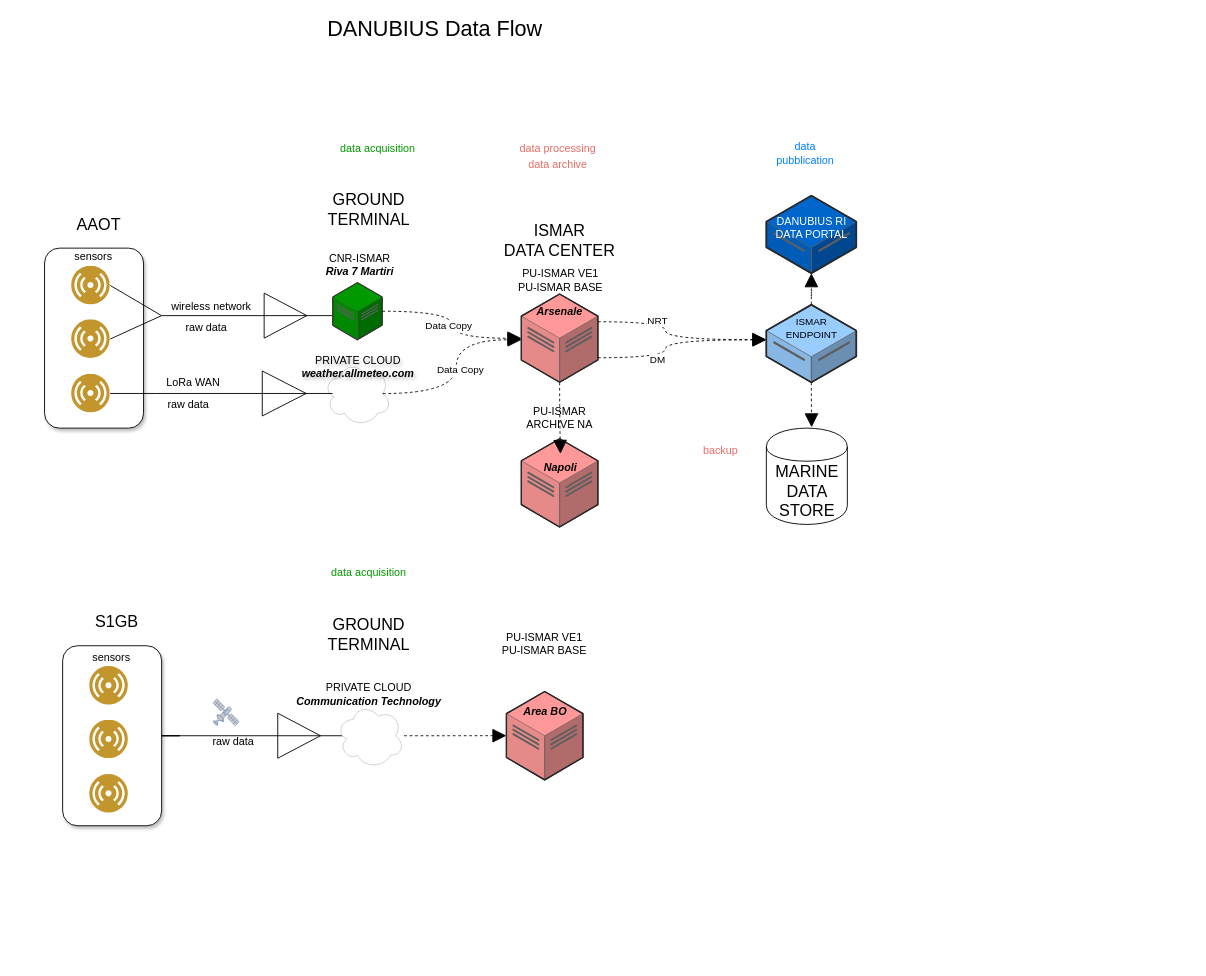
Before: page "Page-1" (1 of 2) of DANUBIUS_2_data_flow chart.drawio in amefad/diagramsnet, a draw.io diagram. Source tidied: cells renumbered, new cells numbered last; positions are measured from the earlier drawing's top-left corner, leaving out a move shared by most shapes. Both pictures are drawn from the tidied source at 90%, with x=0, y=0 at pixel (44, 15). Pictures stored in the file or linked from it are replaced by grey dashed boxes.
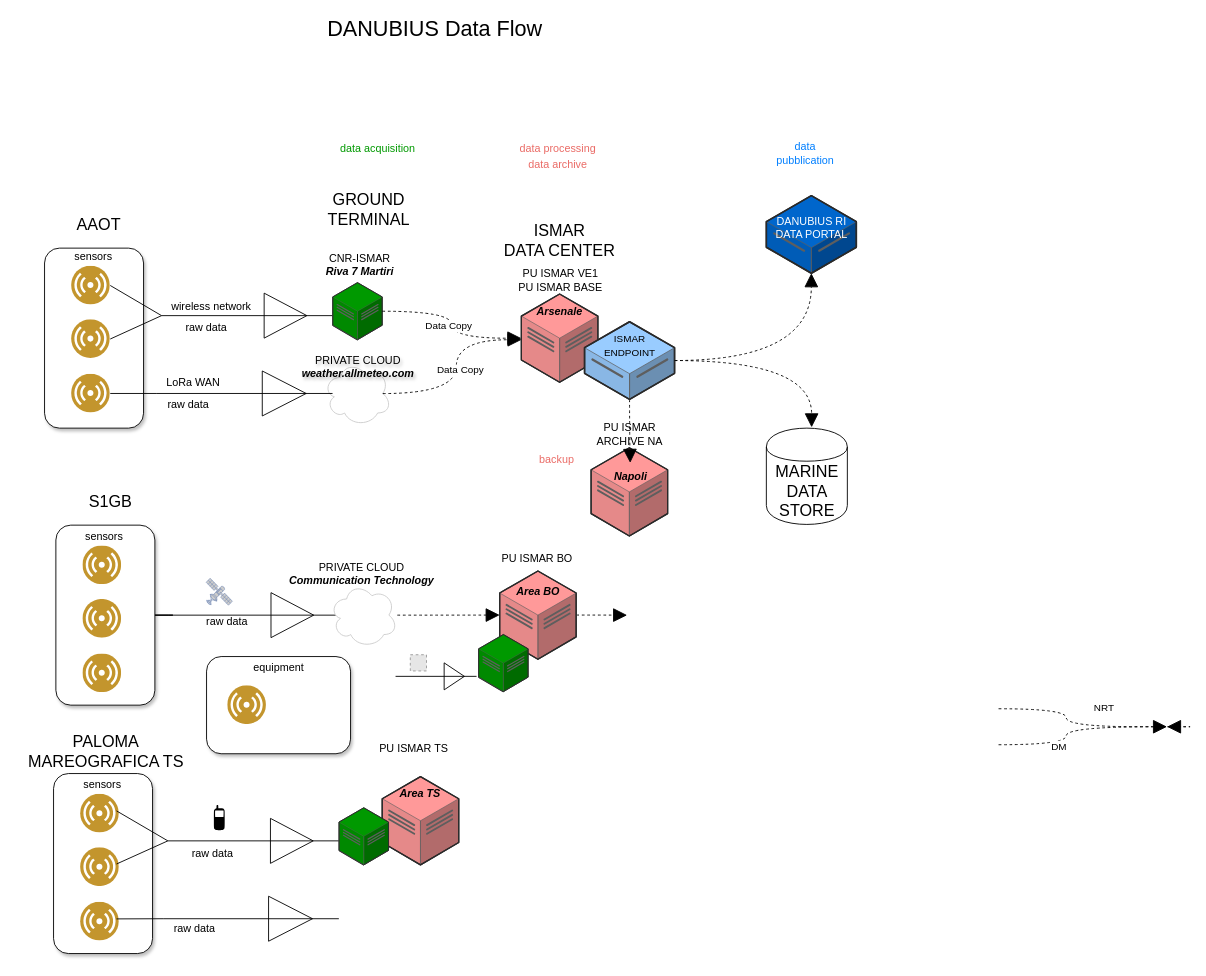
Above is the later version.

The change refers to these unchanged cells:
```xml
<mxCell id="20" style="verticalLabelPosition=bottom;html=1;verticalAlign=top;strokeWidth=1;align=center;outlineConnect=0;dashed=0;outlineConnect=0;shape=mxgraph.aws3d.dataCenter;strokeColor=#5E5E5E;fillColor=#FF9999;" parent="1" vertex="1">
  <mxGeometry x="529.8" y="309.2" width="85" height="98.1" as="geometry" />
</mxCell>
<mxCell id="49" style="group;" parent="1" vertex="1">
  <mxGeometry x="802" y="434.2" width="100" height="135.1" as="geometry" />
</mxCell>
<mxCell id="53" style="shape=cylinder;whiteSpace=wrap;html=1;boundedLbl=1;backgroundOutline=1;" parent="52" vertex="1">
  <mxGeometry width="90" height="107" as="geometry" />
</mxCell>
```

The edit, as a diff of the source:
```diff
@@
+    <mxCell id="73" style="verticalLabelPosition=bottom;html=1;verticalAlign=top;strokeWidth=1;align=center;dashed=0;shape=mxgraph.aws3d.dataCenter;strokeColor=#5E5E5E;fillColor=#FF9999;" parent="1" vertex="1">
+      <mxGeometry x="375.2" y="845.4" width="85" height="98.1" as="geometry" />
+    </mxCell>
+    <mxCell id="74" style="verticalLabelPosition=bottom;shadow=0;dashed=0;align=center;html=1;verticalAlign=top;shape=mxgraph.electrical.miscellaneous.cable_termination;" parent="1" vertex="1">
+      <mxGeometry x="137" y="891.8" width="190" height="50" as="geometry" />
+    </mxCell>
+    <mxCell id="75" style="verticalLabelPosition=bottom;shadow=0;dashed=0;align=center;html=1;verticalAlign=top;shape=mxgraph.electrical.miscellaneous.cable_termination;" parent="1" vertex="1">
+      <mxGeometry x="131.8" y="978.3" width="195.2" height="50" as="geometry" />
+    </mxCell>
     <mxCell id="2" style="verticalLabelPosition=bottom;html=1;verticalAlign=top;strokeWidth=1;align=center;dashed=0;shape=mxgraph.aws3d.dataCenter;strokeColor=#5E5E5E;fillColor=#FF9999;" parent="1" vertex="1">
-      <mxGeometry x="529.8" y="470" width="85" height="98.1" as="geometry" />
+      <mxGeometry x="607.3" y="480" width="85" height="98.1" as="geometry" />
     </mxCell>
@@
-    <mxCell id="19" style="edgeStyle=orthogonalEdgeStyle;rounded=0;jettySize=auto;html=1;dashed=1;strokeColor=default;align=center;verticalAlign=middle;fontFamily=Helvetica;fontSize=11;fontColor=default;labelBackgroundColor=default;endArrow=block;endFill=1;endSize=13;curved=1;" parent="1" edge="1" source="20" target="71">
+    <mxCell id="19" style="edgeStyle=orthogonalEdgeStyle;rounded=0;jettySize=auto;html=1;dashed=1;strokeColor=default;align=center;verticalAlign=middle;fontFamily=Helvetica;fontSize=11;fontColor=default;labelBackgroundColor=default;endArrow=block;endFill=1;endSize=13;curved=1;" parent="1" edge="1" source="50" target="71">
       <mxGeometry relative="1" as="geometry" />
     </mxCell>
@@
-    <mxCell id="22" value="PU-ISMAR VE1&lt;br&gt;PU-ISMAR BASE" style="text;html=1;align=center;verticalAlign=middle;strokeColor=none;fillColor=none;" parent="1" vertex="1">
+    <mxCell id="22" value="PU ISMAR VE1&lt;br&gt;PU ISMAR BASE" style="text;html=1;align=center;verticalAlign=middle;strokeColor=none;fillColor=none;" parent="1" vertex="1">
       <mxGeometry x="513.2" y="274" width="120" height="40" as="geometry" />
     </mxCell>
@@
-    <mxCell id="30" style="rounded=1;whiteSpace=wrap;html=1;fillColor=default;shadow=1;" parent="1" vertex="1">
-      <mxGeometry x="20.1" y="700" width="110" height="200" as="geometry" />
-    </mxCell>
-    <mxCell id="31" style="image;perimeter=ellipsePerimeter;html=1;align=center;shadow=0;dashed=0;fontColor=#4277BB;labelBackgroundColor=default;fontSize=12;spacingTop=3;image=img/lib/ibm/users/sensor.svg;fillColor=#426EFF;strokeColor=#3333FF;" parent="1" vertex="1">
-      <mxGeometry x="50.1" y="723" width="43" height="43" as="geometry" />
-    </mxCell>
-    <mxCell id="32" value="sensors" style="text;html=1;align=center;verticalAlign=middle;strokeColor=none;fillColor=none;" parent="1" vertex="1">
-      <mxGeometry x="38.6" y="698" width="70" height="30" as="geometry" />
-    </mxCell>
-    <mxCell id="33" style="image;perimeter=ellipsePerimeter;html=1;align=center;shadow=0;dashed=0;fontColor=#4277BB;labelBackgroundColor=default;fontSize=12;spacingTop=3;image=img/lib/ibm/users/sensor.svg;fillColor=#A680B8;" parent="1" vertex="1">
-      <mxGeometry x="50.1" y="782.5" width="43" height="43" as="geometry" />
-    </mxCell>
-    <mxCell id="34" style="image;perimeter=ellipsePerimeter;html=1;align=center;shadow=0;dashed=0;fontColor=#4277BB;labelBackgroundColor=default;fontSize=12;spacingTop=3;image=img/lib/ibm/users/sensor.svg;fillColor=#A680B8;" parent="1" vertex="1">
-      <mxGeometry x="50.1" y="843" width="43" height="43" as="geometry" />
-    </mxCell>
     <mxCell id="35" value="&lt;font style=&quot;font-size: 18px;&quot;&gt;&lt;span style=&quot;font-size: 18px;&quot;&gt;S1GB&lt;/span&gt;&lt;/font&gt;" style="text;html=1;align=center;verticalAlign=middle;strokeColor=none;fillColor=none;fontFamily=Helvetica;fontSize=18;fontColor=default;fontStyle=0;" parent="1" vertex="1">
-      <mxGeometry x="45.1" y="654" width="70" height="40" as="geometry" />
+      <mxGeometry x="37.6" y="520" width="70" height="40" as="geometry" />
     </mxCell>
     <mxCell id="36" style="verticalLabelPosition=bottom;shadow=0;dashed=0;align=center;html=1;verticalAlign=top;shape=mxgraph.electrical.miscellaneous.cable_termination;" parent="1" vertex="1">
-      <mxGeometry x="145.1" y="775" width="190" height="50" as="geometry" />
+      <mxGeometry x="137.6" y="641" width="190" height="50" as="geometry" />
     </mxCell>
     <mxCell id="37" value="raw data" style="text;html=1;align=center;verticalAlign=middle;whiteSpace=wrap;rounded=0;" parent="1" vertex="1">
-      <mxGeometry x="180" y="791.5" width="60" height="30" as="geometry" />
+      <mxGeometry x="172.5" y="657.5" width="60" height="30" as="geometry" />
     </mxCell>
     <mxCell id="38" style="fontColor=#0066CC;verticalAlign=top;verticalLabelPosition=bottom;labelPosition=center;align=center;html=1;fillColor=#CCCCCC;strokeColor=#6881B3;gradientColor=none;gradientDirection=north;strokeWidth=2;shape=mxgraph.networks.satellite;" parent="1" vertex="1">
-      <mxGeometry x="187.1" y="759" width="29.1" height="30" as="geometry" />
+      <mxGeometry x="179.6" y="625" width="29.1" height="30" as="geometry" />
     </mxCell>
-    <mxCell id="39" value="&lt;font style=&quot;font-size: 18px;&quot;&gt;&lt;font style=&quot;&quot;&gt;GROUND&lt;/font&gt;&lt;/font&gt;&lt;div&gt;&lt;font style=&quot;font-size: 18px;&quot;&gt;&lt;span style=&quot;background-color: initial;&quot;&gt;TERMINAL&lt;/span&gt;&lt;/font&gt;&lt;/div&gt;" style="text;html=1;align=center;verticalAlign=middle;strokeColor=none;fillColor=none;" parent="1" vertex="1">
-      <mxGeometry x="304.8" y="658" width="110" height="60" as="geometry" />
-    </mxCell>
     <mxCell id="40" value="&lt;div&gt;PRIVATE CLOUD&lt;/div&gt;&lt;div&gt;&lt;b&gt;&lt;i&gt;Communication Technology&lt;/i&gt;&lt;/b&gt;&lt;br&gt;&lt;/div&gt;" style="text;html=1;align=center;verticalAlign=middle;strokeColor=none;fillColor=none;" parent="1" vertex="1">
-      <mxGeometry x="269.8" y="734" width="180" height="40" as="geometry" />
+      <mxGeometry x="262.3" y="600" width="180" height="40" as="geometry" />
     </mxCell>
-    <mxCell id="41" value="&lt;font color=&quot;#009900&quot;&gt;data acquisition&lt;/font&gt;" style="text;html=1;align=center;verticalAlign=middle;strokeColor=none;fillColor=none;" parent="1" vertex="1">
-      <mxGeometry x="305" y="604" width="110" height="30" as="geometry" />
-    </mxCell>
-    <mxCell id="42" style="endArrow=block;dashed=1;html=1;rounded=0;endFill=1;endSize=13;edgeStyle=orthogonalEdgeStyle;curved=1;" parent="1" edge="1" source="20" target="50">
+    <mxCell id="42" style="endArrow=block;dashed=1;html=1;rounded=0;endFill=1;endSize=13;edgeStyle=orthogonalEdgeStyle;curved=1;" parent="1" edge="1">
       <mxGeometry relative="1" as="geometry">
+        <mxPoint x="1060" y="810" as="sourcePoint" />
+        <mxPoint x="1247.2" y="790" as="targetPoint" />
         <Array as="points">
-          <mxPoint x="690" y="380" />
-          <mxPoint x="690" y="360" />
+          <mxPoint x="1135.2" y="810" />
+          <mxPoint x="1135.2" y="790" />
         </Array>
       </mxGeometry>
     </mxCell>
@@
-    <mxCell id="47" style="endArrow=block;dashed=1;html=1;rounded=0;endFill=1;endSize=13;edgeStyle=orthogonalEdgeStyle;curved=1;" parent="1" edge="1" source="20" target="50">
+    <mxCell id="47" style="endArrow=block;dashed=1;html=1;rounded=0;endFill=1;endSize=13;edgeStyle=orthogonalEdgeStyle;curved=1;" parent="1" edge="1">
       <mxGeometry relative="1" as="geometry">
+        <mxPoint x="1060" y="770" as="sourcePoint" />
+        <mxPoint x="1247.2" y="790" as="targetPoint" />
         <Array as="points">
-          <mxPoint x="690" y="340" />
-          <mxPoint x="690" y="360" />
-          <mxPoint x="852" y="360" />
+          <mxPoint x="1135.2" y="770" />
+          <mxPoint x="1135.2" y="790" />
+          <mxPoint x="1297.2" y="790" />
         </Array>
       </mxGeometry>
     </mxCell>
@@
-    <mxCell id="50" style="verticalLabelPosition=bottom;html=1;verticalAlign=top;strokeWidth=1;align=center;outlineConnect=0;dashed=0;outlineConnect=0;shape=mxgraph.aws3d.dataServer;strokeColor=#5E5E5E;fillColor=#99CCFF;noLabel=0;" parent="49" vertex="1">
-      <mxGeometry y="-113.1" width="100" height="86.2" as="geometry" />
-    </mxCell>
-    <mxCell id="51" value="&lt;font style=&quot;font-size: 11px;&quot;&gt;ISMAR &lt;br&gt;ENDPOINT&lt;br&gt;&lt;/font&gt;" style="text;html=1;align=center;verticalAlign=middle;strokeColor=none;fillColor=none;" parent="49" vertex="1">
-      <mxGeometry x="10" y="-107.1" width="80" height="40" as="geometry" />
-    </mxCell>
@@
-    <mxCell id="55" style="edgeStyle=orthogonalEdgeStyle;rounded=0;jettySize=auto;html=1;dashed=1;strokeColor=default;align=center;verticalAlign=middle;fontFamily=Helvetica;fontSize=11;fontColor=default;labelBackgroundColor=default;endArrow=block;endFill=1;endSize=13;curved=1;entryX=0.559;entryY=-0.008;entryDx=0;entryDy=0;entryPerimeter=0;" parent="49" edge="1" source="50" target="53">
-      <mxGeometry relative="1" as="geometry" />
-    </mxCell>
@@
     <mxCell id="61" value="&lt;span style=&quot;background-color: initial;&quot;&gt;&lt;font color=&quot;#ea6b66&quot;&gt;backup&lt;/font&gt;&lt;/span&gt;" style="text;whiteSpace=wrap;html=1;" parent="1" vertex="1">
-      <mxGeometry x="730" y="470" width="50" height="40" as="geometry" />
+      <mxGeometry x="548.2" y="480" width="50" height="40" as="geometry" />
     </mxCell>
@@
     <mxCell id="64" style="ellipse;shape=cloud;whiteSpace=wrap;html=1;fontColor=#999999;labelBorderColor=#999999;strokeColor=#CCCCCC;strokeWidth=1;shadow=0;" parent="1" vertex="1">
-      <mxGeometry x="324.3" y="764.1" width="75.2" height="71.8" as="geometry" />
+      <mxGeometry x="316.8" y="630.1" width="75.2" height="71.8" as="geometry" />
     </mxCell>
@@
+    <mxCell id="76" style="edgeStyle=orthogonalEdgeStyle;rounded=0;jettySize=auto;html=1;dashed=1;strokeColor=default;align=center;verticalAlign=middle;fontFamily=Helvetica;fontSize=11;fontColor=default;labelBackgroundColor=default;endArrow=block;endFill=1;endSize=13;curved=1;" parent="1" edge="1" source="68">
+      <mxGeometry relative="1" as="geometry">
+        <mxPoint x="647.3" y="666" as="targetPoint" />
+      </mxGeometry>
+    </mxCell>
     <mxCell id="68" style="verticalLabelPosition=bottom;html=1;verticalAlign=top;strokeWidth=1;align=center;outlineConnect=0;dashed=0;outlineConnect=0;shape=mxgraph.aws3d.dataCenter;strokeColor=#5E5E5E;fillColor=#FF9999;" parent="1" vertex="1">
-      <mxGeometry x="513.2" y="750.9" width="85" height="98.1" as="geometry" />
+      <mxGeometry x="505.7" y="616.9" width="85" height="98.1" as="geometry" />
     </mxCell>
     <mxCell id="69" value="&lt;i&gt;&lt;b&gt;Area BO&lt;br&gt;&lt;/b&gt;&lt;/i&gt;" style="text;html=1;align=center;verticalAlign=middle;strokeColor=none;fillColor=none;" parent="1" vertex="1">
-      <mxGeometry x="520.7" y="759" width="70" height="30" as="geometry" />
+      <mxGeometry x="513.2" y="625" width="70" height="30" as="geometry" />
     </mxCell>
-    <mxCell id="70" value="PU-ISMAR VE1&lt;br&gt;PU-ISMAR BASE" style="text;html=1;align=center;verticalAlign=middle;strokeColor=none;fillColor=none;" parent="1" vertex="1">
-      <mxGeometry x="494.8" y="678" width="120" height="40" as="geometry" />
-    </mxCell>
     <mxCell id="71" value="&lt;i&gt;&lt;b&gt;Napoli&lt;/b&gt;&lt;/i&gt;" style="text;html=1;align=center;verticalAlign=middle;points=[];strokeColor=none;fillColor=none;" parent="1" vertex="1">
-      <mxGeometry x="543.2" y="486.8" width="60" height="30" as="geometry" />
+      <mxGeometry x="620.7" y="496.8" width="60" height="30" as="geometry" />
     </mxCell>
-    <mxCell id="72" value="&lt;div&gt;PU-ISMAR&lt;/div&gt;&lt;div&gt;ARCHIVE NA&lt;br&gt;&lt;/div&gt;" style="text;html=1;align=center;verticalAlign=middle;strokeColor=none;fillColor=none;" parent="1" vertex="1">
-      <mxGeometry x="522.3" y="426.6" width="100" height="40" as="geometry" />
+    <mxCell id="72" value="&lt;div&gt;PU ISMAR&lt;/div&gt;&lt;div&gt;ARCHIVE NA&lt;br&gt;&lt;/div&gt;" style="text;html=1;align=center;verticalAlign=middle;strokeColor=none;fillColor=none;" parent="1" vertex="1">
+      <mxGeometry x="599.8" y="444.7" width="100" height="40" as="geometry" />
     </mxCell>
+    <mxCell id="50" style="verticalLabelPosition=bottom;html=1;verticalAlign=top;strokeWidth=1;align=center;outlineConnect=0;dashed=0;outlineConnect=0;shape=mxgraph.aws3d.dataServer;strokeColor=#5E5E5E;fillColor=#99CCFF;noLabel=0;" parent="1" vertex="1">
+      <mxGeometry x="600" y="340" width="100" height="86.2" as="geometry" />
+    </mxCell>
+    <mxCell id="51" value="&lt;font style=&quot;font-size: 11px;&quot;&gt;ISMAR &lt;br&gt;ENDPOINT&lt;br&gt;&lt;/font&gt;" style="text;html=1;align=center;verticalAlign=middle;strokeColor=none;fillColor=none;" parent="1" vertex="1">
+      <mxGeometry x="610" y="346" width="80" height="40" as="geometry" />
+    </mxCell>
+    <mxCell id="55" style="edgeStyle=orthogonalEdgeStyle;rounded=0;jettySize=auto;html=1;dashed=1;strokeColor=default;align=center;verticalAlign=middle;fontFamily=Helvetica;fontSize=11;fontColor=default;labelBackgroundColor=default;endArrow=block;endFill=1;endSize=13;curved=1;entryX=0.559;entryY=-0.008;entryDx=0;entryDy=0;entryPerimeter=0;" parent="1" edge="1" source="50" target="53">
+      <mxGeometry relative="1" as="geometry" />
+    </mxCell>
+    <mxCell id="77" value="PU ISMAR BO" style="text;html=1;align=center;verticalAlign=middle;strokeColor=none;fillColor=none;" parent="1" vertex="1">
+      <mxGeometry x="497.3" y="589" width="100" height="30" as="geometry" />
+    </mxCell>
+    <mxCell id="78" style="group;" parent="1" vertex="1">
+      <mxGeometry x="12.6" y="564" width="110" height="202" as="geometry" />
+    </mxCell>
+    <mxCell id="30" style="rounded=1;whiteSpace=wrap;html=1;fillColor=default;shadow=1;" parent="78" vertex="1">
+      <mxGeometry y="2" width="110" height="200" as="geometry" />
+    </mxCell>
+    <mxCell id="31" style="image;perimeter=ellipsePerimeter;html=1;align=center;shadow=0;dashed=0;fontColor=#4277BB;labelBackgroundColor=default;fontSize=12;spacingTop=3;image=img/lib/ibm/users/sensor.svg;fillColor=#426EFF;strokeColor=#3333FF;" parent="78" vertex="1">
+      <mxGeometry x="30" y="25" width="43" height="43" as="geometry" />
+    </mxCell>
+    <mxCell id="32" value="sensors" style="text;html=1;align=center;verticalAlign=middle;strokeColor=none;fillColor=none;" parent="78" vertex="1">
+      <mxGeometry x="18.5" width="70" height="30" as="geometry" />
+    </mxCell>
+    <mxCell id="33" style="image;perimeter=ellipsePerimeter;html=1;align=center;shadow=0;dashed=0;fontColor=#4277BB;labelBackgroundColor=default;fontSize=12;spacingTop=3;image=img/lib/ibm/users/sensor.svg;fillColor=#A680B8;" parent="78" vertex="1">
+      <mxGeometry x="30" y="84.5" width="43" height="43" as="geometry" />
+    </mxCell>
+    <mxCell id="34" style="image;perimeter=ellipsePerimeter;html=1;align=center;shadow=0;dashed=0;fontColor=#4277BB;labelBackgroundColor=default;fontSize=12;spacingTop=3;image=img/lib/ibm/users/sensor.svg;fillColor=#A680B8;" parent="78" vertex="1">
+      <mxGeometry x="30" y="145" width="43" height="43" as="geometry" />
+    </mxCell>
+    <mxCell id="79" style="group;" parent="1" vertex="1">
+      <mxGeometry x="10" y="840" width="110" height="202" as="geometry" />
+    </mxCell>
+    <mxCell id="80" style="rounded=1;whiteSpace=wrap;html=1;fillColor=default;shadow=1;" parent="79" vertex="1">
+      <mxGeometry y="2" width="110" height="200" as="geometry" />
+    </mxCell>
+    <mxCell id="81" style="image;perimeter=ellipsePerimeter;html=1;align=center;shadow=0;dashed=0;fontColor=#4277BB;labelBackgroundColor=default;fontSize=12;spacingTop=3;image=img/lib/ibm/users/sensor.svg;fillColor=#426EFF;strokeColor=#3333FF;" parent="79" vertex="1">
+      <mxGeometry x="30" y="25" width="43" height="43" as="geometry" />
+    </mxCell>
+    <mxCell id="82" value="sensors" style="text;html=1;align=center;verticalAlign=middle;strokeColor=none;fillColor=none;" parent="79" vertex="1">
+      <mxGeometry x="18.5" width="70" height="30" as="geometry" />
+    </mxCell>
+    <mxCell id="83" style="image;perimeter=ellipsePerimeter;html=1;align=center;shadow=0;dashed=0;fontColor=#4277BB;labelBackgroundColor=default;fontSize=12;spacingTop=3;image=img/lib/ibm/users/sensor.svg;fillColor=#A680B8;" parent="79" vertex="1">
+      <mxGeometry x="30" y="84.5" width="43" height="43" as="geometry" />
+    </mxCell>
+    <mxCell id="84" style="image;perimeter=ellipsePerimeter;html=1;align=center;shadow=0;dashed=0;fontColor=#4277BB;labelBackgroundColor=default;fontSize=12;spacingTop=3;image=img/lib/ibm/users/sensor.svg;fillColor=#A680B8;" parent="79" vertex="1">
+      <mxGeometry x="30" y="145" width="43" height="43" as="geometry" />
+    </mxCell>
+    <mxCell id="85" value="PALOMA&lt;br&gt;MAREOGRAFICA TS" style="text;html=1;align=center;verticalAlign=middle;strokeColor=none;fillColor=none;fontFamily=Helvetica;fontSize=18;fontColor=default;fontStyle=0;" parent="1" vertex="1">
+      <mxGeometry x="-32.4" y="787.5" width="200" height="60" as="geometry" />
+    </mxCell>
+    <mxCell id="86" style="endArrow=none;html=1;rounded=0;exitX=1;exitY=0.5;exitDx=0;exitDy=0;entryX=0;entryY=0.5;entryDx=0;entryDy=0;entryPerimeter=0;" parent="1" edge="1" target="74">
+      <mxGeometry relative="1" as="geometry">
+        <mxPoint x="80" y="883.5" as="sourcePoint" />
+      </mxGeometry>
+    </mxCell>
+    <mxCell id="87" style="endArrow=none;html=1;rounded=0;exitX=1;exitY=0.5;exitDx=0;exitDy=0;entryX=0;entryY=0.5;entryDx=0;entryDy=0;entryPerimeter=0;" parent="1" edge="1" target="74">
+      <mxGeometry relative="1" as="geometry">
+        <mxPoint x="80" y="942.5" as="sourcePoint" />
+      </mxGeometry>
+    </mxCell>
+    <mxCell id="88" value="raw data" style="text;html=1;align=center;verticalAlign=middle;whiteSpace=wrap;rounded=0;" parent="1" vertex="1">
+      <mxGeometry x="137" y="1000.3" width="60" height="30" as="geometry" />
+    </mxCell>
+    <mxCell id="89" value="raw data" style="text;html=1;align=center;verticalAlign=middle;whiteSpace=wrap;rounded=0;" parent="1" vertex="1">
+      <mxGeometry x="157" y="915.8" width="60" height="30" as="geometry" />
+    </mxCell>
+    <mxCell id="90" style="endArrow=none;html=1;rounded=0;exitX=1;exitY=0.5;exitDx=0;exitDy=0;entryX=0;entryY=0.5;entryDx=0;entryDy=0;entryPerimeter=0;" parent="1" edge="1" target="75">
+      <mxGeometry relative="1" as="geometry">
+        <mxPoint x="80" y="1003.5" as="sourcePoint" />
+      </mxGeometry>
+    </mxCell>
+    <mxCell id="91" style="verticalLabelPosition=bottom;html=1;verticalAlign=top;strokeWidth=1;align=center;dashed=0;shape=mxgraph.aws3d.dataCenter;strokeColor=#5E5E5E;fillColor=#009900;" parent="1" vertex="1">
+      <mxGeometry x="327.2" y="880" width="55" height="63.5" as="geometry" />
+    </mxCell>
+    <mxCell id="92" value="PU ISMAR TS" style="text;html=1;align=center;verticalAlign=middle;strokeColor=none;fillColor=none;" parent="1" vertex="1">
+      <mxGeometry x="360.2" y="800" width="100" height="30" as="geometry" />
+    </mxCell>
+    <mxCell id="93" style="verticalLabelPosition=bottom;html=1;verticalAlign=top;strokeWidth=1;align=center;dashed=0;shape=mxgraph.aws3d.dataCenter;strokeColor=#5E5E5E;fillColor=#009900;" parent="1" vertex="1">
+      <mxGeometry x="482.3" y="687.5" width="55" height="63.5" as="geometry" />
+    </mxCell>
+    <mxCell id="94" style="group;" parent="1" vertex="1">
+      <mxGeometry x="390" y="710" width="90" height="39" as="geometry" />
+    </mxCell>
+    <mxCell id="95" style="fillColor=#E6E6E6;strokeColor=#999999;dashed=1;html=1;verticalAlign=top;verticalLabelPosition=bottom;labelBackgroundColor=#ffffff;" parent="94" vertex="1">
+      <mxGeometry x="16.4" width="18" height="18" as="geometry" />
+    </mxCell>
+    <mxCell id="96" style="verticalLabelPosition=bottom;shadow=0;dashed=0;align=center;html=1;verticalAlign=top;shape=mxgraph.electrical.miscellaneous.cable_termination;" parent="94" vertex="1">
+      <mxGeometry y="9" width="90" height="30" as="geometry" />
+    </mxCell>
+    <mxCell id="97" style="rounded=1;whiteSpace=wrap;html=1;fillColor=default;shadow=1;" parent="1" vertex="1">
+      <mxGeometry x="180" y="712" width="160" height="108" as="geometry" />
+    </mxCell>
+    <mxCell id="98" style="image;perimeter=ellipsePerimeter;html=1;align=center;shadow=0;dashed=0;fontColor=#4277BB;labelBackgroundColor=default;fontSize=12;spacingTop=3;image=img/lib/ibm/users/sensor.svg;fillColor=#426EFF;strokeColor=#3333FF;" parent="1" vertex="1">
+      <mxGeometry x="203.5" y="744.5" width="43" height="43" as="geometry" />
+    </mxCell>
+    <mxCell id="99" value="equipment" style="text;html=1;align=center;verticalAlign=middle;strokeColor=none;fillColor=none;" parent="1" vertex="1">
+      <mxGeometry x="219.5" y="710" width="80" height="30" as="geometry" />
+    </mxCell>
+    <mxCell id="100" value="&lt;i&gt;&lt;b&gt;Area TS&lt;br&gt;&lt;/b&gt;&lt;/i&gt;" style="text;html=1;align=center;verticalAlign=middle;strokeColor=none;fillColor=none;" parent="1" vertex="1">
+      <mxGeometry x="382.2" y="850" width="70" height="30" as="geometry" />
+    </mxCell>
+    <mxCell id="101" style="shape=mxgraph.signs.tech.cell_phone;html=1;fillColor=#000000;strokeColor=none;verticalLabelPosition=bottom;verticalAlign=top;align=center;" parent="1" vertex="1">
+      <mxGeometry x="188.1" y="877" width="12.1" height="28" as="geometry" />
+    </mxCell>
```
